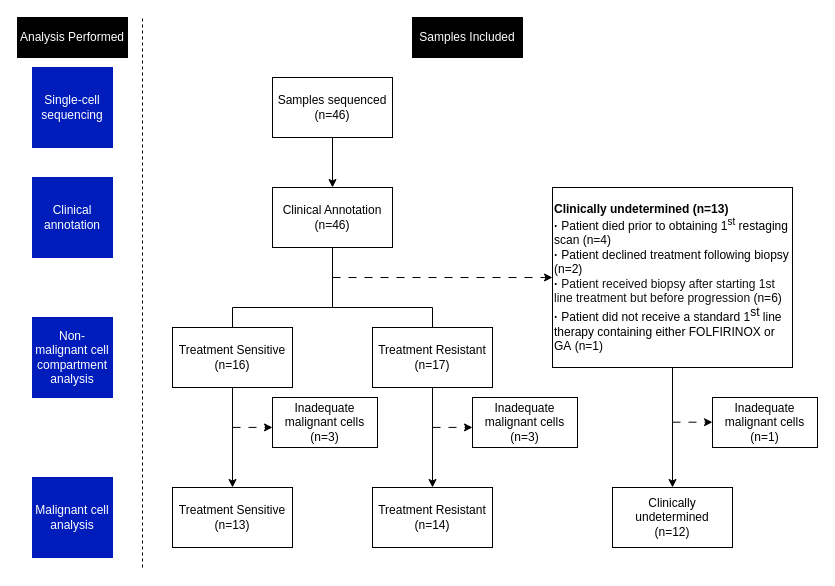
Earlier version of the draw.io diagram 未命名绘图.drawio (doctorchenzx/ELF3-project). Source tidied: cells renumbered, new cells numbered last; positions are measured from the earlier drawing's top-left corner, leaving out a move shared by most shapes. Both pictures are drawn from the tidied source at 100%, with x=0, y=0 at pixel (17, 17).
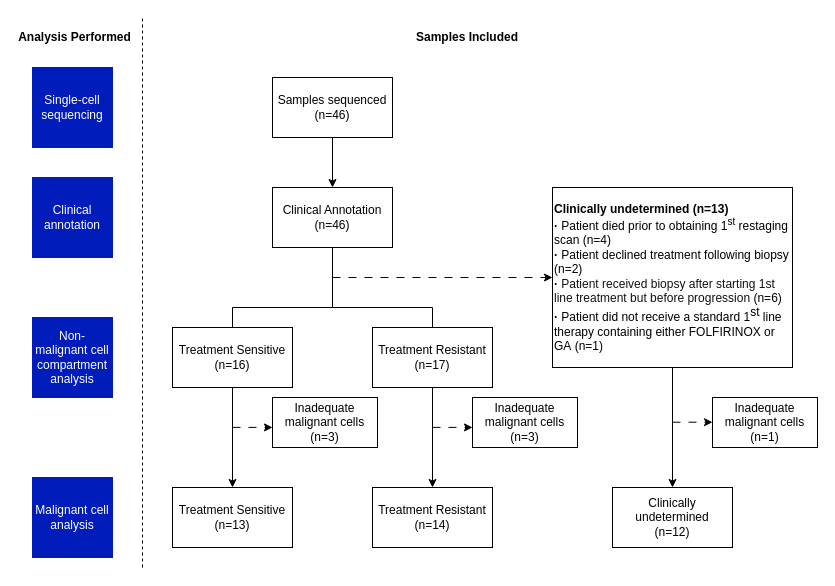
Above is the later version.

Commit message:
未命名绘图.drawio

What changed in the source:
```diff
@@
-    <mxCell id="28" value="&lt;font style=&quot;color: rgb(255, 255, 255);&quot;&gt;Analysis Performed&lt;/font&gt;" style="rounded=0;whiteSpace=wrap;html=1;fillColor=#000000;" parent="1" vertex="1">
-      <mxGeometry width="110" height="40" as="geometry" />
+    <mxCell id="28" value="&lt;font style=&quot;color: rgb(0, 0, 0);&quot;&gt;&lt;b&gt;Analysis Performed&lt;/b&gt;&lt;/font&gt;" style="rounded=0;whiteSpace=wrap;html=1;fillColor=none;strokeColor=none;" parent="1" vertex="1">
+      <mxGeometry width="115" height="40" as="geometry" />
     </mxCell>
-    <mxCell id="29" value="&lt;font style=&quot;color: rgb(255, 255, 255);&quot;&gt;Samples Included&lt;/font&gt;" style="rounded=0;whiteSpace=wrap;html=1;fillColor=#000000;" parent="1" vertex="1">
+    <mxCell id="29" value="&lt;font style=&quot;color: rgb(0, 0, 0);&quot;&gt;&lt;b&gt;Samples Included&lt;/b&gt;&lt;/font&gt;" style="rounded=0;whiteSpace=wrap;html=1;fillColor=none;strokeColor=none;" parent="1" vertex="1">
       <mxGeometry x="395" width="110" height="40" as="geometry" />
     </mxCell>
```
